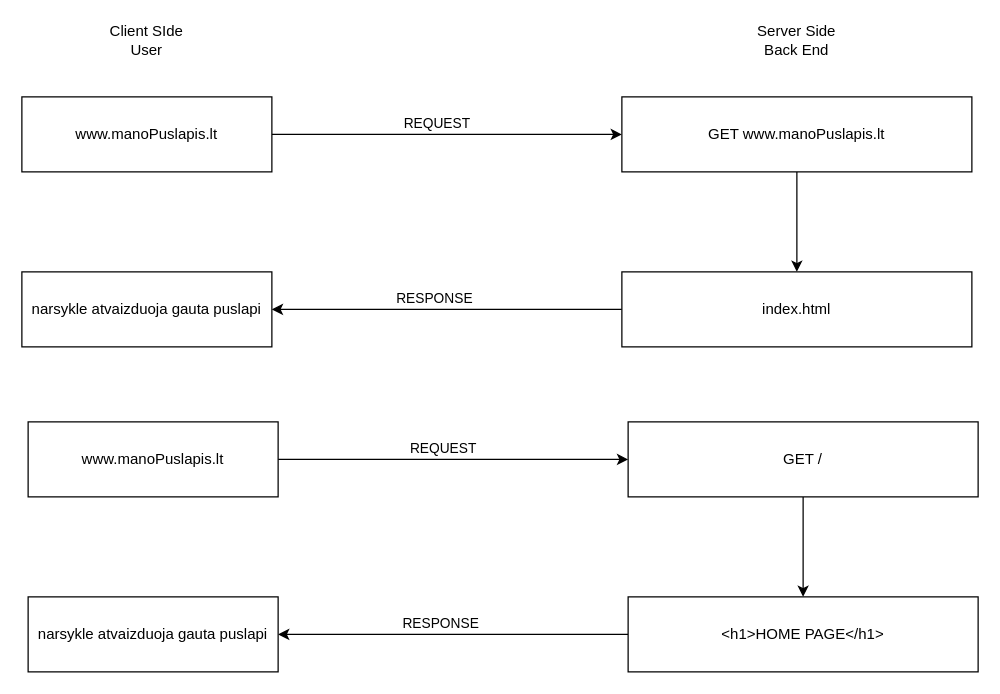
Before: draw.drawio in MariusCodeAcademy/type12-node-02-http-rest-get-express, a draw.io diagram. Source tidied: cells renumbered, new cells numbered last; positions are measured from the earlier drawing's top-left corner, leaving out a move shared by most shapes. Both pictures are drawn from the tidied source at 125%, with x=0, y=0 at pixel (21, 21).
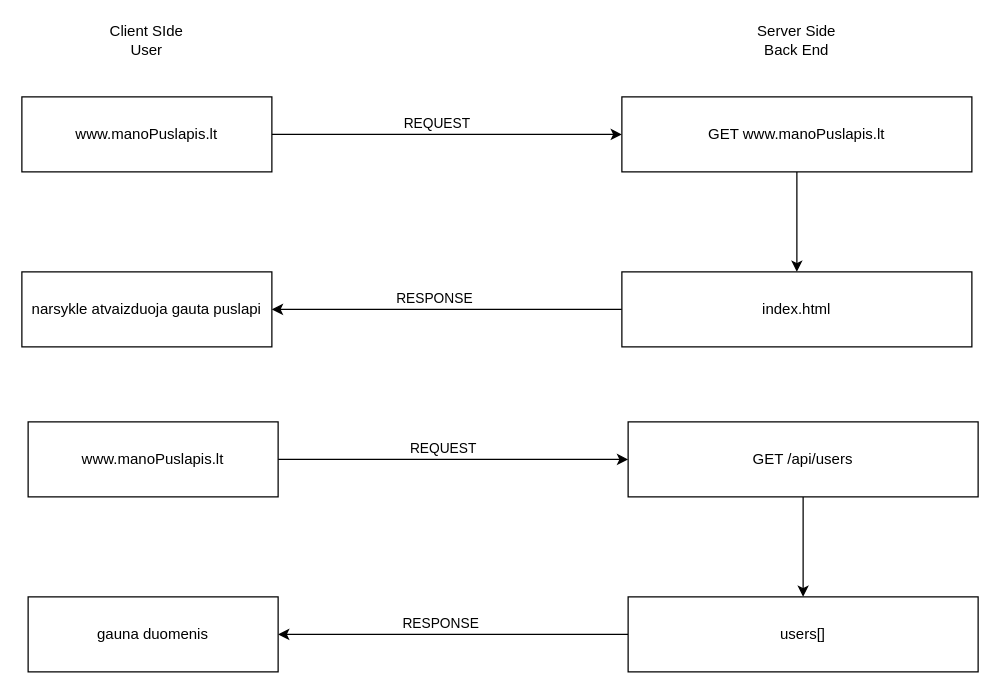
After the change.

Change to the diagram source:
```diff
@@
-    <mxCell id="17" value="GET /" style="rounded=0;whiteSpace=wrap;html=1;" parent="1" vertex="1">
+    <mxCell id="17" value="GET /api/users" style="rounded=0;whiteSpace=wrap;html=1;" parent="1" vertex="1">
       <mxGeometry x="485" y="320" width="280" height="60" as="geometry" />
     </mxCell>
@@
-    <mxCell id="20" value="&amp;lt;h1&amp;gt;HOME PAGE&amp;lt;/h1&amp;gt;" style="rounded=0;whiteSpace=wrap;html=1;" parent="1" vertex="1">
+    <mxCell id="20" value="users[]" style="rounded=0;whiteSpace=wrap;html=1;" parent="1" vertex="1">
       <mxGeometry x="485" y="460" width="280" height="60" as="geometry" />
     </mxCell>
-    <mxCell id="21" value="narsykle atvaizduoja gauta puslapi" style="rounded=0;whiteSpace=wrap;html=1;" parent="1" vertex="1">
+    <mxCell id="21" value="gauna duomenis" style="rounded=0;whiteSpace=wrap;html=1;" parent="1" vertex="1">
       <mxGeometry x="5" y="460" width="200" height="60" as="geometry" />
     </mxCell>
```
